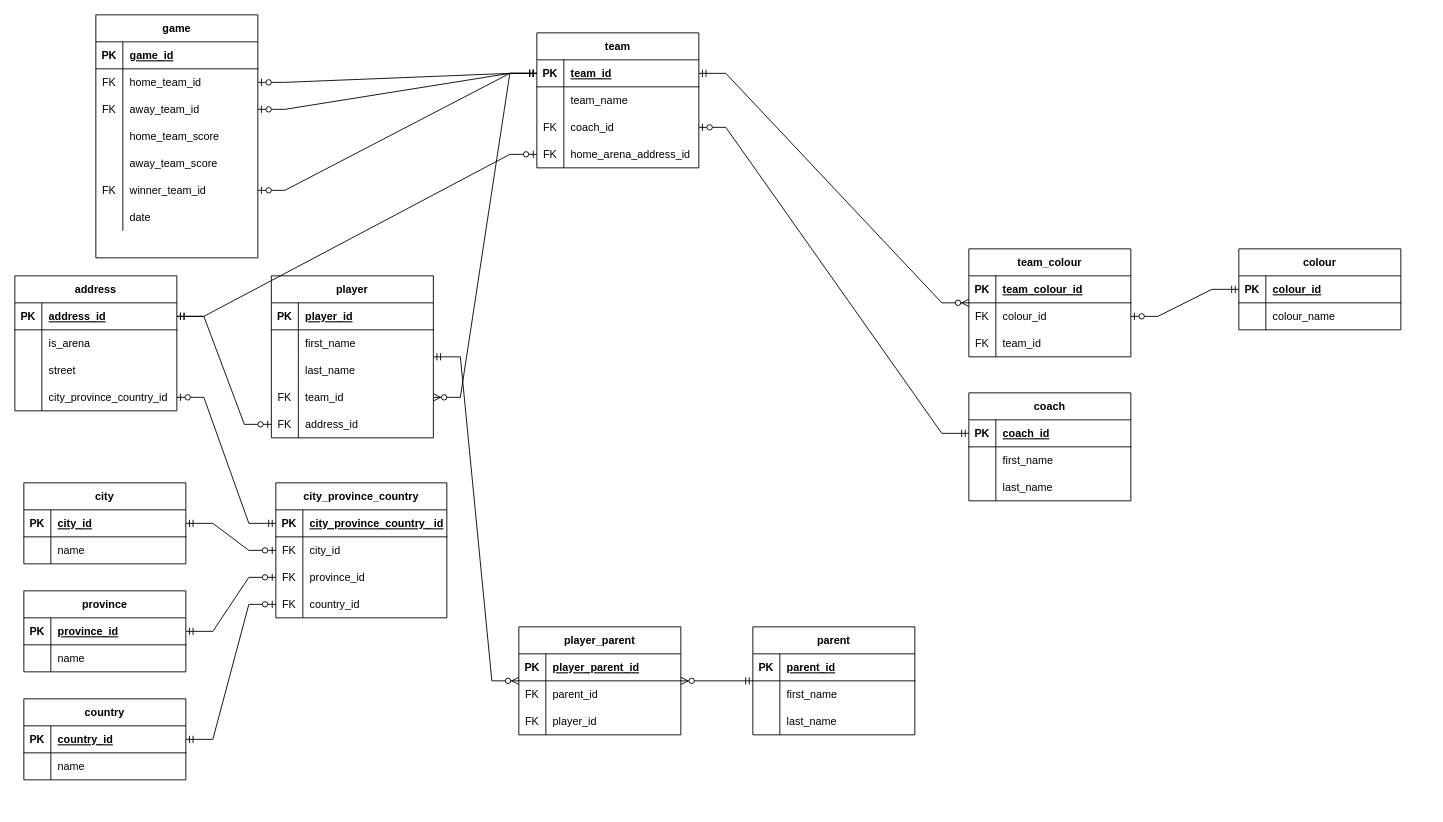
iliaamiri/comp-2350-web-database-draw.io keeps this draw.io diagram as week 4/Hockey_database_Good_Design.drawio. Above is the earlier version. Source tidied: cells renumbered, new cells numbered last; positions are measured from the earlier drawing's top-left corner, leaving out a move shared by most shapes. Both pictures are drawn from the tidied source at 90%, with x=0, y=0 at pixel (14, 14).
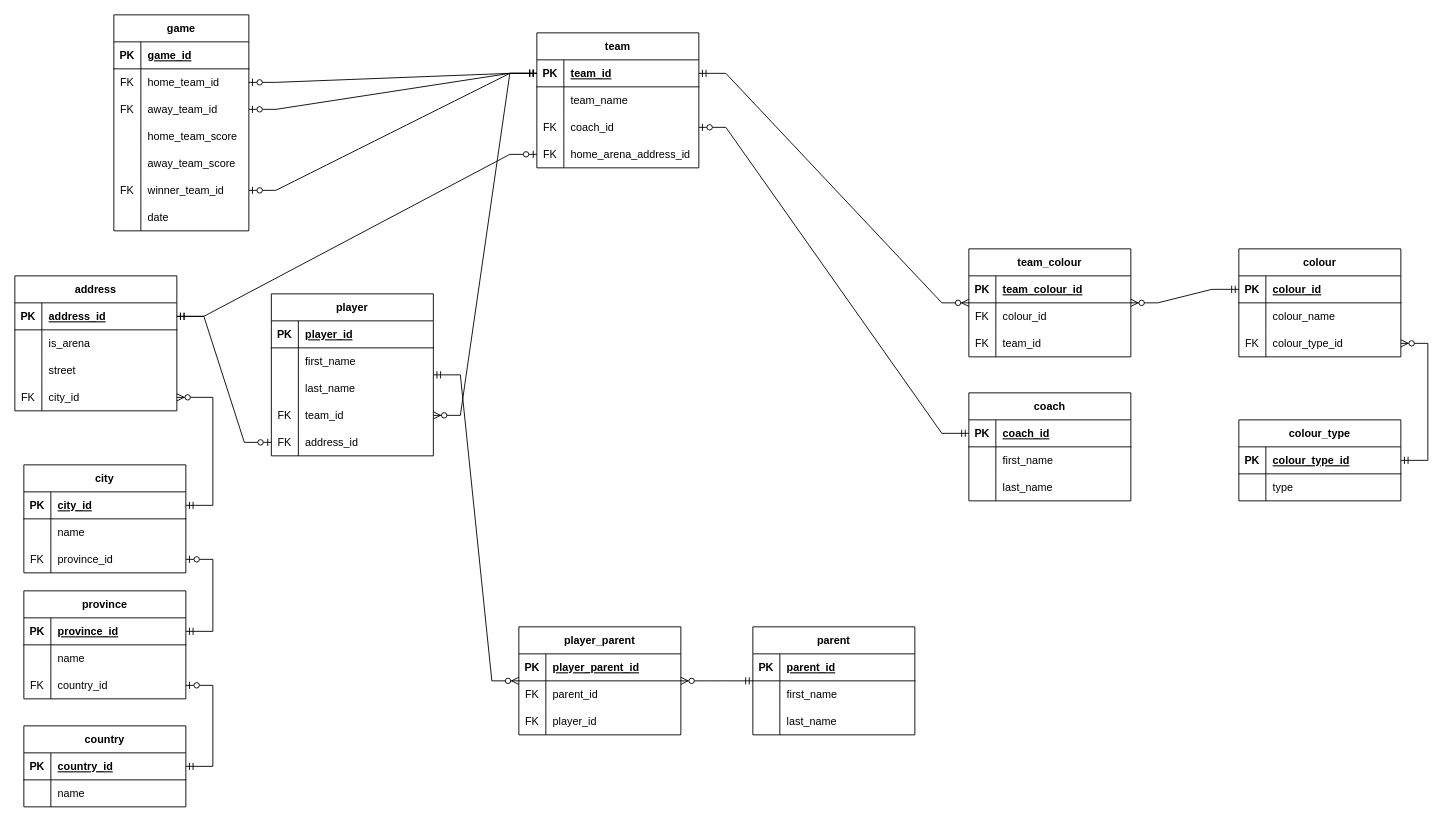
Above is the later version.

The change refers to these unchanged cells:
```xml
<mxCell id="26" value="team_colour" style="shape=table;startSize=30;childLayout=tableLayout;rowLines=0;fontStyle=1;align=center;" parent="1" vertex="1">
  <mxGeometry x="1060" y="260" width="180" height="120" as="geometry" />
</mxCell>
<mxCell id="30" style="shape=tableRow;horizontal=0;startSize=0;swimlaneHead=0;swimlaneBody=0;fillColor=none;points=[[0,0.5],[1,0.5]];portConstraint=eastwest;top=0;left=0;right=0;bottom=0;" parent="26" vertex="1">
  <mxGeometry y="60" width="180" height="30" as="geometry" />
</mxCell>
<mxCell id="83" style="shape=tableRow;horizontal=0;startSize=0;swimlaneHead=0;swimlaneBody=0;fillColor=none;points=[[0,0.5],[1,0.5]];portConstraint=eastwest;top=0;left=0;right=0;bottom=0;" parent="73" vertex="1">
  <mxGeometry y="120" width="180" height="30" as="geometry" />
</mxCell>
<mxCell id="113" style="shape=tableRow;horizontal=0;startSize=0;swimlaneHead=0;swimlaneBody=0;fillColor=none;points=[[0,0.5],[1,0.5]];portConstraint=eastwest;top=0;left=0;right=0;bottom=1;" parent="112" vertex="1">
  <mxGeometry y="30" width="180" height="30" as="geometry" />
</mxCell>
<mxCell id="123" style="shape=tableRow;horizontal=0;startSize=0;swimlaneHead=0;swimlaneBody=0;fillColor=none;points=[[0,0.5],[1,0.5]];portConstraint=eastwest;top=0;left=0;right=0;bottom=1;" parent="122" vertex="1">
  <mxGeometry y="30" width="180" height="30" as="geometry" />
</mxCell>
<mxCell id="143" style="shape=tableRow;horizontal=0;startSize=0;swimlaneHead=0;swimlaneBody=0;fillColor=none;points=[[0,0.5],[1,0.5]];portConstraint=eastwest;top=0;left=0;right=0;bottom=1;" parent="142" vertex="1">
  <mxGeometry y="30" width="180" height="30" as="geometry" />
</mxCell>
<mxCell id="153" style="shape=tableRow;horizontal=0;startSize=0;swimlaneHead=0;swimlaneBody=0;fillColor=none;points=[[0,0.5],[1,0.5]];portConstraint=eastwest;top=0;left=0;right=0;bottom=1;" parent="152" vertex="1">
  <mxGeometry y="30" width="180" height="30" as="geometry" />
</mxCell>
```

What changed in the source:
```diff
@@
     <mxCell id="37" value="player" style="shape=table;startSize=30;childLayout=tableLayout;rowLines=0;fontStyle=1;align=center;" parent="1" vertex="1">
-      <mxGeometry x="285" y="290" width="180" height="180" as="geometry" />
+      <mxGeometry x="285" y="310" width="180" height="180" as="geometry" />
     </mxCell>
@@
-    <mxCell id="84" style="shape=partialRectangle;fillColor=none;top=0;left=0;bottom=0;right=0;overflow=hidden;" parent="83" vertex="1">
+    <mxCell id="84" value="FK" style="shape=partialRectangle;fillColor=none;top=0;left=0;bottom=0;right=0;overflow=hidden;" parent="83" vertex="1">
       <mxGeometry width="30" height="30" as="geometry" />
     </mxCell>
-    <mxCell id="85" value="city_province_country_id" style="shape=partialRectangle;fillColor=none;top=0;left=0;bottom=0;right=0;align=left;spacingLeft=6;overflow=hidden;" parent="83" vertex="1">
+    <mxCell id="85" value="city_id" style="shape=partialRectangle;fillColor=none;top=0;left=0;bottom=0;right=0;align=left;spacingLeft=6;overflow=hidden;" parent="83" vertex="1">
       <mxGeometry x="30" width="150" height="30" as="geometry" />
     </mxCell>
@@
     <mxCell id="90" value="game" style="shape=table;startSize=30;childLayout=tableLayout;rowLines=0;fontStyle=1;align=center;" parent="1" vertex="1">
-      <mxGeometry x="90" width="180" height="270" as="geometry" />
+      <mxGeometry x="110" width="150" height="240" as="geometry" />
     </mxCell>
     <mxCell id="91" style="shape=tableRow;horizontal=0;startSize=0;swimlaneHead=0;swimlaneBody=0;fillColor=none;top=0;left=0;right=0;bottom=1;" parent="90" vertex="1">
-      <mxGeometry y="30" width="180" height="30" as="geometry" />
+      <mxGeometry y="30" width="150" height="30" as="geometry" />
     </mxCell>
@@
     <mxCell id="93" value="game_id" style="shape=partialRectangle;fillColor=none;top=0;left=0;bottom=0;right=0;align=left;spacingLeft=6;fontStyle=5;overflow=hidden;" parent="91" vertex="1">
-      <mxGeometry x="30" width="150" height="30" as="geometry" />
+      <mxGeometry x="30" width="120" height="30" as="geometry" />
     </mxCell>
     <mxCell id="94" style="shape=tableRow;horizontal=0;startSize=0;swimlaneHead=0;swimlaneBody=0;fillColor=none;points=[[0,0.5],[1,0.5]];portConstraint=eastwest;top=0;left=0;right=0;bottom=0;" parent="90" vertex="1">
-      <mxGeometry y="60" width="180" height="30" as="geometry" />
+      <mxGeometry y="60" width="150" height="30" as="geometry" />
     </mxCell>
@@
     <mxCell id="96" value="home_team_id" style="shape=partialRectangle;fillColor=none;top=0;left=0;bottom=0;right=0;align=left;spacingLeft=6;overflow=hidden;" parent="94" vertex="1">
-      <mxGeometry x="30" width="150" height="30" as="geometry" />
+      <mxGeometry x="30" width="120" height="30" as="geometry" />
     </mxCell>
     <mxCell id="97" style="shape=tableRow;horizontal=0;startSize=0;swimlaneHead=0;swimlaneBody=0;fillColor=none;points=[[0,0.5],[1,0.5]];portConstraint=eastwest;top=0;left=0;right=0;bottom=0;" parent="90" vertex="1">
-      <mxGeometry y="90" width="180" height="30" as="geometry" />
+      <mxGeometry y="90" width="150" height="30" as="geometry" />
     </mxCell>
@@
     <mxCell id="99" value="away_team_id" style="shape=partialRectangle;fillColor=none;top=0;left=0;bottom=0;right=0;align=left;spacingLeft=6;overflow=hidden;" parent="97" vertex="1">
-      <mxGeometry x="30" width="150" height="30" as="geometry" />
+      <mxGeometry x="30" width="120" height="30" as="geometry" />
     </mxCell>
     <mxCell id="100" style="shape=tableRow;horizontal=0;startSize=0;swimlaneHead=0;swimlaneBody=0;fillColor=none;top=0;left=0;right=0;bottom=0;" parent="90" vertex="1">
-      <mxGeometry y="120" width="180" height="30" as="geometry" />
+      <mxGeometry y="120" width="150" height="30" as="geometry" />
     </mxCell>
@@
     <mxCell id="102" value="home_team_score" style="shape=partialRectangle;fillColor=none;top=0;left=0;bottom=0;right=0;align=left;spacingLeft=6;overflow=hidden;" parent="100" vertex="1">
-      <mxGeometry x="30" width="150" height="30" as="geometry" />
+      <mxGeometry x="30" width="120" height="30" as="geometry" />
     </mxCell>
     <mxCell id="103" style="shape=tableRow;horizontal=0;startSize=0;swimlaneHead=0;swimlaneBody=0;fillColor=none;top=0;left=0;right=0;bottom=0;" parent="90" vertex="1">
-      <mxGeometry y="150" width="180" height="30" as="geometry" />
+      <mxGeometry y="150" width="150" height="30" as="geometry" />
     </mxCell>
@@
     <mxCell id="105" value="away_team_score" style="shape=partialRectangle;fillColor=none;top=0;left=0;bottom=0;right=0;align=left;spacingLeft=6;overflow=hidden;" parent="103" vertex="1">
-      <mxGeometry x="30" width="150" height="30" as="geometry" />
+      <mxGeometry x="30" width="120" height="30" as="geometry" />
     </mxCell>
     <mxCell id="106" style="shape=tableRow;horizontal=0;startSize=0;swimlaneHead=0;swimlaneBody=0;fillColor=none;points=[[0,0.5],[1,0.5]];portConstraint=eastwest;top=0;left=0;right=0;bottom=0;" parent="90" vertex="1">
-      <mxGeometry y="180" width="180" height="30" as="geometry" />
+      <mxGeometry y="180" width="150" height="30" as="geometry" />
     </mxCell>
@@
     <mxCell id="108" value="winner_team_id" style="shape=partialRectangle;fillColor=none;top=0;left=0;bottom=0;right=0;align=left;spacingLeft=6;overflow=hidden;" parent="106" vertex="1">
-      <mxGeometry x="30" width="150" height="30" as="geometry" />
+      <mxGeometry x="30" width="120" height="30" as="geometry" />
     </mxCell>
     <mxCell id="109" style="shape=tableRow;horizontal=0;startSize=0;swimlaneHead=0;swimlaneBody=0;fillColor=none;top=0;left=0;right=0;bottom=0;" parent="90" vertex="1">
-      <mxGeometry y="210" width="180" height="30" as="geometry" />
+      <mxGeometry y="210" width="150" height="30" as="geometry" />
     </mxCell>
@@
     <mxCell id="111" value="date" style="shape=partialRectangle;fillColor=none;top=0;left=0;bottom=0;right=0;align=left;spacingLeft=6;overflow=hidden;" parent="109" vertex="1">
-      <mxGeometry x="30" width="150" height="30" as="geometry" />
+      <mxGeometry x="30" width="120" height="30" as="geometry" />
     </mxCell>
     <mxCell id="112" value="colour" style="shape=table;startSize=30;childLayout=tableLayout;rowLines=0;fontStyle=1;align=center;" parent="1" vertex="1">
-      <mxGeometry x="1360" y="260" width="180" height="90" as="geometry" />
+      <mxGeometry x="1360" y="260" width="180" height="120" as="geometry" />
     </mxCell>
@@
-    <mxCell id="119" style="edgeStyle=entityRelationEdgeStyle;fontSize=12;html=1;endArrow=ERzeroToOne;startArrow=ERmandOne;rounded=0;" parent="1" edge="1" source="113" target="30">
-      <mxGeometry relative="1" as="geometry" />
-    </mxCell>
+    <mxCell id="162" style="shape=tableRow;horizontal=0;startSize=0;swimlaneHead=0;swimlaneBody=0;fillColor=none;points=[[0,0.5],[1,0.5]];portConstraint=eastwest;top=0;left=0;right=0;bottom=0;" parent="112" vertex="1">
+      <mxGeometry y="90" width="180" height="30" as="geometry" />
+    </mxCell>
+    <mxCell id="163" value="FK" style="shape=partialRectangle;fillColor=none;top=0;left=0;bottom=0;right=0;overflow=hidden;" parent="162" vertex="1">
+      <mxGeometry width="30" height="30" as="geometry" />
+    </mxCell>
+    <mxCell id="164" value="colour_type_id" style="shape=partialRectangle;fillColor=none;top=0;left=0;bottom=0;right=0;align=left;spacingLeft=6;overflow=hidden;" parent="162" vertex="1">
+      <mxGeometry x="30" width="150" height="30" as="geometry" />
+    </mxCell>
@@
     <mxCell id="122" value="country" style="shape=table;startSize=30;childLayout=tableLayout;rowLines=0;fontStyle=1;align=center;" parent="1" vertex="1">
-      <mxGeometry x="10" y="760" width="180" height="90" as="geometry" />
+      <mxGeometry x="10" y="790" width="180" height="90" as="geometry" />
     </mxCell>
@@
-    <mxCell id="129" value="city_province_country" style="shape=table;startSize=30;childLayout=tableLayout;rowLines=0;fontStyle=1;align=center;" parent="1" vertex="1">
-      <mxGeometry x="290" y="520" width="190" height="150" as="geometry" />
-    </mxCell>
-    <mxCell id="130" style="shape=tableRow;horizontal=0;startSize=0;swimlaneHead=0;swimlaneBody=0;fillColor=none;points=[[0,0.5],[1,0.5]];portConstraint=eastwest;top=0;left=0;right=0;bottom=1;" parent="129" vertex="1">
-      <mxGeometry y="30" width="190" height="30" as="geometry" />
-    </mxCell>
-    <mxCell id="131" value="PK" style="shape=partialRectangle;fillColor=none;top=0;left=0;bottom=0;right=0;fontStyle=1;overflow=hidden;" parent="130" vertex="1">
-      <mxGeometry width="30" height="30" as="geometry" />
-    </mxCell>
-    <mxCell id="132" value="city_province_country_ id" style="shape=partialRectangle;fillColor=none;top=0;left=0;bottom=0;right=0;align=left;spacingLeft=6;fontStyle=5;overflow=hidden;" parent="130" vertex="1">
-      <mxGeometry x="30" width="160" height="30" as="geometry" />
-    </mxCell>
-    <mxCell id="133" style="shape=tableRow;horizontal=0;startSize=0;swimlaneHead=0;swimlaneBody=0;fillColor=none;points=[[0,0.5],[1,0.5]];portConstraint=eastwest;top=0;left=0;right=0;bottom=0;" parent="129" vertex="1">
-      <mxGeometry y="60" width="190" height="30" as="geometry" />
-    </mxCell>
-    <mxCell id="134" value="FK" style="shape=partialRectangle;fillColor=none;top=0;left=0;bottom=0;right=0;overflow=hidden;" parent="133" vertex="1">
-      <mxGeometry width="30" height="30" as="geometry" />
-    </mxCell>
-    <mxCell id="135" value="city_id" style="shape=partialRectangle;fillColor=none;top=0;left=0;bottom=0;right=0;align=left;spacingLeft=6;overflow=hidden;" parent="133" vertex="1">
-      <mxGeometry x="30" width="160" height="30" as="geometry" />
-    </mxCell>
-    <mxCell id="136" style="shape=tableRow;horizontal=0;startSize=0;swimlaneHead=0;swimlaneBody=0;fillColor=none;points=[[0,0.5],[1,0.5]];portConstraint=eastwest;top=0;left=0;right=0;bottom=0;" parent="129" vertex="1">
-      <mxGeometry y="90" width="190" height="30" as="geometry" />
-    </mxCell>
-    <mxCell id="137" value="FK" style="shape=partialRectangle;fillColor=none;top=0;left=0;bottom=0;right=0;overflow=hidden;" parent="136" vertex="1">
-      <mxGeometry width="30" height="30" as="geometry" />
-    </mxCell>
-    <mxCell id="138" value="province_id" style="shape=partialRectangle;fillColor=none;top=0;left=0;bottom=0;right=0;align=left;spacingLeft=6;overflow=hidden;" parent="136" vertex="1">
-      <mxGeometry x="30" width="160" height="30" as="geometry" />
-    </mxCell>
-    <mxCell id="139" style="shape=tableRow;horizontal=0;startSize=0;swimlaneHead=0;swimlaneBody=0;fillColor=none;points=[[0,0.5],[1,0.5]];portConstraint=eastwest;top=0;left=0;right=0;bottom=0;" parent="129" vertex="1">
-      <mxGeometry y="120" width="190" height="30" as="geometry" />
-    </mxCell>
-    <mxCell id="140" value="FK" style="shape=partialRectangle;fillColor=none;top=0;left=0;bottom=0;right=0;overflow=hidden;" parent="139" vertex="1">
-      <mxGeometry width="30" height="30" as="geometry" />
-    </mxCell>
-    <mxCell id="141" value="country_id" style="shape=partialRectangle;fillColor=none;top=0;left=0;bottom=0;right=0;align=left;spacingLeft=6;overflow=hidden;" parent="139" vertex="1">
-      <mxGeometry x="30" width="160" height="30" as="geometry" />
-    </mxCell>
     <mxCell id="142" value="province" style="shape=table;startSize=30;childLayout=tableLayout;rowLines=0;fontStyle=1;align=center;" parent="1" vertex="1">
-      <mxGeometry x="10" y="640" width="180" height="90" as="geometry" />
+      <mxGeometry x="10" y="640" width="180" height="120" as="geometry" />
     </mxCell>
@@
+    <mxCell id="165" style="shape=tableRow;horizontal=0;startSize=0;swimlaneHead=0;swimlaneBody=0;fillColor=none;points=[[0,0.5],[1,0.5]];portConstraint=eastwest;top=0;left=0;right=0;bottom=0;" parent="142" vertex="1">
+      <mxGeometry y="90" width="180" height="30" as="geometry" />
+    </mxCell>
+    <mxCell id="166" value="FK" style="shape=partialRectangle;fillColor=none;top=0;left=0;bottom=0;right=0;overflow=hidden;" parent="165" vertex="1">
+      <mxGeometry width="30" height="30" as="geometry" />
+    </mxCell>
+    <mxCell id="141" value="country_id" style="shape=partialRectangle;fillColor=none;top=0;left=0;bottom=0;right=0;align=left;spacingLeft=6;overflow=hidden;" parent="165" vertex="1">
+      <mxGeometry x="30" width="150" height="30" as="geometry" />
+    </mxCell>
-    <mxCell id="149" style="edgeStyle=entityRelationEdgeStyle;fontSize=12;html=1;endArrow=ERzeroToOne;startArrow=ERmandOne;rounded=0;" parent="1" edge="1" source="143" target="136">
+    <mxCell id="149" style="edgeStyle=entityRelationEdgeStyle;fontSize=12;html=1;endArrow=ERzeroToOne;startArrow=ERmandOne;rounded=0;" parent="1" edge="1" source="143" target="167">
       <mxGeometry relative="1" as="geometry" />
     </mxCell>
-    <mxCell id="150" style="edgeStyle=entityRelationEdgeStyle;fontSize=12;html=1;endArrow=ERzeroToOne;startArrow=ERmandOne;rounded=0;" parent="1" edge="1" source="123" target="139">
+    <mxCell id="150" style="edgeStyle=entityRelationEdgeStyle;fontSize=12;html=1;endArrow=ERzeroToOne;startArrow=ERmandOne;rounded=0;" parent="1" edge="1" source="123" target="165">
       <mxGeometry relative="1" as="geometry" />
     </mxCell>
-    <mxCell id="151" style="edgeStyle=entityRelationEdgeStyle;fontSize=12;html=1;endArrow=ERzeroToOne;startArrow=ERmandOne;rounded=0;" parent="1" edge="1" source="130" target="83">
-      <mxGeometry relative="1" as="geometry" />
-    </mxCell>
     <mxCell id="152" value="city" style="shape=table;startSize=30;childLayout=tableLayout;rowLines=0;fontStyle=1;align=center;" parent="1" vertex="1">
-      <mxGeometry x="10" y="520" width="180" height="90" as="geometry" />
+      <mxGeometry x="10" y="500" width="180" height="120" as="geometry" />
     </mxCell>
@@
-    <mxCell id="159" style="edgeStyle=entityRelationEdgeStyle;fontSize=12;html=1;endArrow=ERzeroToOne;startArrow=ERmandOne;rounded=0;" parent="1" edge="1" source="153" target="133">
-      <mxGeometry relative="1" as="geometry" />
-    </mxCell>
+    <mxCell id="167" style="shape=tableRow;horizontal=0;startSize=0;swimlaneHead=0;swimlaneBody=0;fillColor=none;points=[[0,0.5],[1,0.5]];portConstraint=eastwest;top=0;left=0;right=0;bottom=0;" parent="152" vertex="1">
+      <mxGeometry y="90" width="180" height="30" as="geometry" />
+    </mxCell>
+    <mxCell id="168" value="FK" style="shape=partialRectangle;fillColor=none;top=0;left=0;bottom=0;right=0;overflow=hidden;" parent="167" vertex="1">
+      <mxGeometry width="30" height="30" as="geometry" />
+    </mxCell>
+    <mxCell id="138" value="province_id" style="shape=partialRectangle;fillColor=none;top=0;left=0;bottom=0;right=0;align=left;spacingLeft=6;overflow=hidden;" parent="167" vertex="1">
+      <mxGeometry x="30" width="150" height="30" as="geometry" />
+    </mxCell>
@@
+    <mxCell id="169" style="edgeStyle=entityRelationEdgeStyle;fontSize=12;html=1;endArrow=ERzeroToMany;startArrow=ERmandOne;rounded=0;" parent="1" edge="1" source="113" target="26">
+      <mxGeometry relative="1" as="geometry" />
+    </mxCell>
+    <mxCell id="170" style="edgeStyle=entityRelationEdgeStyle;fontSize=12;html=1;endArrow=ERzeroToMany;startArrow=ERmandOne;rounded=0;" parent="1" edge="1" source="153" target="83">
+      <mxGeometry relative="1" as="geometry" />
+    </mxCell>
+    <mxCell id="171" value="colour_type" style="shape=table;startSize=30;childLayout=tableLayout;rowLines=0;fontStyle=1;align=center;" parent="1" vertex="1">
+      <mxGeometry x="1360" y="450" width="180" height="90" as="geometry" />
+    </mxCell>
+    <mxCell id="172" style="shape=tableRow;horizontal=0;startSize=0;swimlaneHead=0;swimlaneBody=0;fillColor=none;points=[[0,0.5],[1,0.5]];portConstraint=eastwest;top=0;left=0;right=0;bottom=1;" parent="171" vertex="1">
+      <mxGeometry y="30" width="180" height="30" as="geometry" />
+    </mxCell>
+    <mxCell id="131" value="PK" style="shape=partialRectangle;fillColor=none;top=0;left=0;bottom=0;right=0;fontStyle=1;overflow=hidden;" parent="172" vertex="1">
+      <mxGeometry width="30" height="30" as="geometry" />
+    </mxCell>
+    <mxCell id="173" value="colour_type_id" style="shape=partialRectangle;fillColor=none;top=0;left=0;bottom=0;right=0;align=left;spacingLeft=6;fontStyle=5;overflow=hidden;" parent="172" vertex="1">
+      <mxGeometry x="30" width="150" height="30" as="geometry" />
+    </mxCell>
+    <mxCell id="174" style="shape=tableRow;horizontal=0;startSize=0;swimlaneHead=0;swimlaneBody=0;fillColor=none;top=0;left=0;right=0;bottom=0;" parent="171" vertex="1">
+      <mxGeometry y="60" width="180" height="30" as="geometry" />
+    </mxCell>
+    <mxCell id="175" style="shape=partialRectangle;fillColor=none;top=0;left=0;bottom=0;right=0;overflow=hidden;" parent="174" vertex="1">
+      <mxGeometry width="30" height="30" as="geometry" />
+    </mxCell>
+    <mxCell id="176" value="type" style="shape=partialRectangle;fillColor=none;top=0;left=0;bottom=0;right=0;align=left;spacingLeft=6;overflow=hidden;" parent="174" vertex="1">
+      <mxGeometry x="30" width="150" height="30" as="geometry" />
+    </mxCell>
+    <mxCell id="177" style="edgeStyle=entityRelationEdgeStyle;fontSize=12;html=1;endArrow=ERzeroToMany;startArrow=ERmandOne;rounded=0;exitX=1;exitY=0.5;exitDx=0;exitDy=0;" parent="1" edge="1" source="172" target="162">
+      <mxGeometry relative="1" as="geometry" />
+    </mxCell>
```
